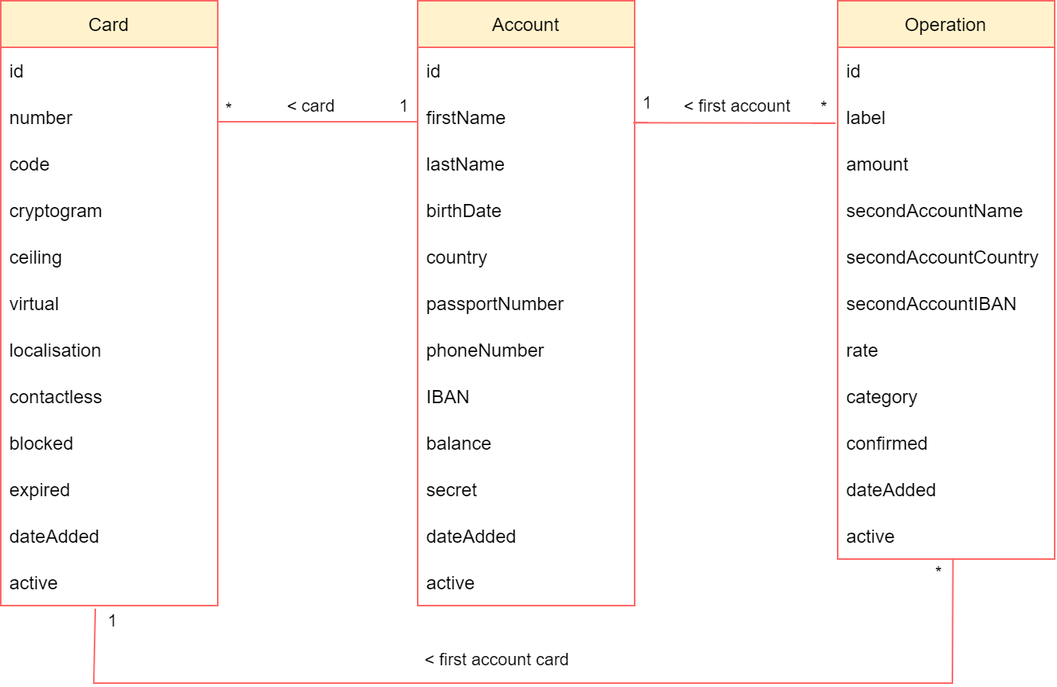
Above: doc/class_diagram.png in jc-chevrier/DBankAPI (draw.io), before the change. Source tidied: cells renumbered, new cells last; positions are measured from the earlier drawing's top-left corner, leaving out a move shared by most shapes. Source of this version:
```xml
<mxGraphModel>
  <root>
    <mxCell id="0" />
    <mxCell id="1" parent="0" />
    <mxCell id="2" value="Account" style="swimlane;fontStyle=0;horizontal=1;startSize=30;strokeColor=#FF6666;fillColor=#fff2cc;fontColor=#000000;labelBackgroundColor=none;" parent="1" vertex="1">
      <mxGeometry x="528" width="140" height="390" as="geometry" />
    </mxCell>
    <mxCell id="3" value="id" style="text;strokeColor=none;fillColor=none;align=left;verticalAlign=middle;spacingLeft=4;spacingRight=4;overflow=hidden;fontColor=#000000;labelBackgroundColor=none;" parent="2" vertex="1">
      <mxGeometry y="30" width="140" height="30" as="geometry" />
    </mxCell>
    <mxCell id="4" value="firstName" style="text;strokeColor=none;fillColor=none;align=left;verticalAlign=middle;spacingLeft=4;spacingRight=4;overflow=hidden;fontColor=#000000;labelBackgroundColor=none;" parent="2" vertex="1">
      <mxGeometry y="60" width="140" height="30" as="geometry" />
    </mxCell>
    <mxCell id="5" value="lastName" style="text;strokeColor=none;fillColor=none;align=left;verticalAlign=middle;spacingLeft=4;spacingRight=4;overflow=hidden;fontColor=#000000;labelBackgroundColor=none;" parent="2" vertex="1">
      <mxGeometry y="90" width="140" height="30" as="geometry" />
    </mxCell>
    <mxCell id="6" value="birthDate" style="text;strokeColor=none;fillColor=none;align=left;verticalAlign=middle;spacingLeft=4;spacingRight=4;overflow=hidden;fontColor=#000000;labelBackgroundColor=none;" parent="2" vertex="1">
      <mxGeometry y="120" width="140" height="30" as="geometry" />
    </mxCell>
    <mxCell id="7" value="country" style="text;align=left;verticalAlign=middle;spacingLeft=4;spacingRight=4;overflow=hidden;fillColor=none;fontColor=#000000;labelBackgroundColor=none;" parent="2" vertex="1">
      <mxGeometry y="150" width="140" height="30" as="geometry" />
    </mxCell>
    <mxCell id="8" value="passportNumber" style="text;strokeColor=none;fillColor=none;align=left;verticalAlign=middle;spacingLeft=4;spacingRight=4;overflow=hidden;fontColor=#000000;labelBackgroundColor=none;" parent="2" vertex="1">
      <mxGeometry y="180" width="140" height="30" as="geometry" />
    </mxCell>
    <mxCell id="9" value="phoneNumber" style="text;strokeColor=none;fillColor=none;align=left;verticalAlign=middle;spacingLeft=4;spacingRight=4;overflow=hidden;fontColor=#000000;labelBackgroundColor=none;" parent="2" vertex="1">
      <mxGeometry y="210" width="140" height="30" as="geometry" />
    </mxCell>
    <mxCell id="10" value="IBAN" style="text;strokeColor=none;fillColor=none;align=left;verticalAlign=middle;spacingLeft=4;spacingRight=4;overflow=hidden;fontColor=#000000;labelBackgroundColor=none;" parent="2" vertex="1">
      <mxGeometry y="240" width="140" height="30" as="geometry" />
    </mxCell>
    <mxCell id="11" value="balance" style="text;align=left;verticalAlign=middle;spacingLeft=4;spacingRight=4;overflow=hidden;fillColor=none;fontColor=#000000;labelBackgroundColor=none;" parent="2" vertex="1">
      <mxGeometry y="270" width="140" height="30" as="geometry" />
    </mxCell>
    <mxCell id="12" value="secret" style="text;align=left;verticalAlign=middle;spacingLeft=4;spacingRight=4;overflow=hidden;fillColor=none;fontColor=#000000;labelBackgroundColor=none;" parent="2" vertex="1">
      <mxGeometry y="300" width="140" height="30" as="geometry" />
    </mxCell>
    <mxCell id="13" value="dateAdded" style="text;align=left;verticalAlign=middle;spacingLeft=4;spacingRight=4;overflow=hidden;fillColor=none;fontColor=#000000;labelBackgroundColor=none;" parent="2" vertex="1">
      <mxGeometry y="330" width="140" height="30" as="geometry" />
    </mxCell>
    <mxCell id="14" value="active" style="text;align=left;verticalAlign=middle;spacingLeft=4;spacingRight=4;overflow=hidden;fillColor=none;fontColor=#000000;labelBackgroundColor=none;" parent="2" vertex="1">
      <mxGeometry y="360" width="140" height="30" as="geometry" />
    </mxCell>
    <mxCell id="15" value="Operation" style="swimlane;fontStyle=0;horizontal=1;startSize=30;strokeColor=#FF6666;fillColor=#fff2cc;fontColor=#000000;labelBackgroundColor=none;" parent="1" vertex="1">
      <mxGeometry x="799" width="140" height="360" as="geometry" />
    </mxCell>
    <mxCell id="16" value="id" style="text;strokeColor=none;fillColor=none;align=left;verticalAlign=middle;spacingLeft=4;spacingRight=4;overflow=hidden;labelBackgroundColor=none;fontColor=#000000;" parent="15" vertex="1">
      <mxGeometry y="30" width="140" height="30" as="geometry" />
    </mxCell>
    <mxCell id="17" value="label" style="text;strokeColor=none;fillColor=none;align=left;verticalAlign=middle;spacingLeft=4;spacingRight=4;overflow=hidden;labelBackgroundColor=none;fontColor=#000000;" parent="15" vertex="1">
      <mxGeometry y="60" width="140" height="30" as="geometry" />
    </mxCell>
    <mxCell id="18" value="amount" style="text;strokeColor=none;fillColor=none;align=left;verticalAlign=middle;spacingLeft=4;spacingRight=4;overflow=hidden;labelBackgroundColor=none;fontColor=#000000;" parent="15" vertex="1">
      <mxGeometry y="90" width="140" height="30" as="geometry" />
    </mxCell>
    <mxCell id="19" value="secondAccountName" style="text;align=left;verticalAlign=middle;spacingLeft=4;spacingRight=4;overflow=hidden;labelBackgroundColor=none;fontColor=#000000;" parent="15" vertex="1">
      <mxGeometry y="120" width="140" height="30" as="geometry" />
    </mxCell>
    <mxCell id="20" value="secondAccountCountry" style="text;align=left;verticalAlign=middle;spacingLeft=4;spacingRight=4;overflow=hidden;labelBackgroundColor=none;fontColor=#000000;" parent="15" vertex="1">
      <mxGeometry y="150" width="140" height="30" as="geometry" />
    </mxCell>
    <mxCell id="21" value="secondAccountIBAN" style="text;align=left;verticalAlign=middle;spacingLeft=4;spacingRight=4;overflow=hidden;labelBackgroundColor=none;fontColor=#000000;" parent="15" vertex="1">
      <mxGeometry y="180" width="140" height="30" as="geometry" />
    </mxCell>
    <mxCell id="22" value="rate" style="text;strokeColor=none;fillColor=none;align=left;verticalAlign=middle;spacingLeft=4;spacingRight=4;overflow=hidden;labelBackgroundColor=none;fontColor=#000000;" parent="15" vertex="1">
      <mxGeometry y="210" width="140" height="30" as="geometry" />
    </mxCell>
    <mxCell id="23" value="category" style="text;strokeColor=none;fillColor=none;align=left;verticalAlign=middle;spacingLeft=4;spacingRight=4;overflow=hidden;labelBackgroundColor=none;fontColor=#000000;" parent="15" vertex="1">
      <mxGeometry y="240" width="140" height="30" as="geometry" />
    </mxCell>
    <mxCell id="24" value="confirmed" style="text;strokeColor=none;fillColor=none;align=left;verticalAlign=middle;spacingLeft=4;spacingRight=4;overflow=hidden;labelBackgroundColor=none;fontColor=#000000;" parent="15" vertex="1">
      <mxGeometry y="270" width="140" height="30" as="geometry" />
    </mxCell>
    <mxCell id="25" value="dateAdded" style="text;strokeColor=none;fillColor=none;align=left;verticalAlign=middle;spacingLeft=4;spacingRight=4;overflow=hidden;labelBackgroundColor=none;fontColor=#000000;" parent="15" vertex="1">
      <mxGeometry y="300" width="140" height="30" as="geometry" />
    </mxCell>
    <mxCell id="26" value="active" style="text;align=left;verticalAlign=middle;spacingLeft=4;spacingRight=4;overflow=hidden;points=[[0,0.5],[1,0.5]];portConstraint=eastwest;labelBackgroundColor=none;fontColor=#000000;" parent="15" vertex="1">
      <mxGeometry y="330" width="140" height="30" as="geometry" />
    </mxCell>
    <mxCell id="27" style="endArrow=none;html=1;rounded=0;curved=1;entryX=-0.003;entryY=0.663;entryDx=0;entryDy=0;entryPerimeter=0;exitX=0.994;exitY=0.322;exitDx=0;exitDy=0;exitPerimeter=0;strokeColor=#FF6666;fontColor=#000000;labelBackgroundColor=none;" parent="1" edge="1">
      <mxGeometry relative="1" as="geometry">
        <mxPoint x="667.2" y="78.7" as="sourcePoint" />
        <mxPoint x="797.6" y="78.9" as="targetPoint" />
      </mxGeometry>
    </mxCell>
    <mxCell id="28" value="&amp;lt; first account card" style="edgeLabel;html=1;align=center;verticalAlign=middle;fontColor=#000000;labelBackgroundColor=none;" parent="27" vertex="1">
      <mxGeometry x="-0.33" y="-1" relative="1" as="geometry">
        <mxPoint x="-132" y="345" as="offset" />
      </mxGeometry>
    </mxCell>
    <mxCell id="29" value="1" style="edgeLabel;html=1;align=center;verticalAlign=middle;labelBackgroundColor=none;fontColor=#000000;" parent="27" vertex="1">
      <mxGeometry x="-0.87" relative="1" as="geometry">
        <mxPoint x="1" y="-13" as="offset" />
      </mxGeometry>
    </mxCell>
    <mxCell id="30" value="*" style="edgeLabel;html=1;align=center;verticalAlign=middle;labelBackgroundColor=none;fontColor=#000000;" parent="27" vertex="1">
      <mxGeometry x="0.88" y="1" relative="1" as="geometry">
        <mxPoint y="-9" as="offset" />
      </mxGeometry>
    </mxCell>
    <mxCell id="31" value="Card" style="swimlane;fontStyle=0;horizontal=1;startSize=30;strokeColor=#FF6666;fillColor=#fff2cc;fontColor=#000000;labelBackgroundColor=none;" parent="1" vertex="1">
      <mxGeometry x="259" width="140" height="390" as="geometry" />
    </mxCell>
    <mxCell id="32" value="id" style="text;strokeColor=none;fillColor=none;align=left;verticalAlign=middle;spacingLeft=4;spacingRight=4;overflow=hidden;fontColor=#000000;labelBackgroundColor=none;" parent="31" vertex="1">
      <mxGeometry y="30" width="140" height="30" as="geometry" />
    </mxCell>
    <mxCell id="33" value="number" style="text;strokeColor=none;fillColor=none;align=left;verticalAlign=middle;spacingLeft=4;spacingRight=4;overflow=hidden;fontColor=#000000;labelBackgroundColor=none;" parent="31" vertex="1">
      <mxGeometry y="60" width="140" height="30" as="geometry" />
    </mxCell>
    <mxCell id="34" value="code" style="text;strokeColor=none;fillColor=none;align=left;verticalAlign=middle;spacingLeft=4;spacingRight=4;overflow=hidden;fontColor=#000000;labelBackgroundColor=none;" parent="31" vertex="1">
      <mxGeometry y="90" width="140" height="30" as="geometry" />
    </mxCell>
    <mxCell id="35" value="cryptogram" style="text;strokeColor=none;fillColor=none;align=left;verticalAlign=middle;spacingLeft=4;spacingRight=4;overflow=hidden;fontColor=#000000;labelBackgroundColor=none;" parent="31" vertex="1">
      <mxGeometry y="120" width="140" height="30" as="geometry" />
    </mxCell>
    <mxCell id="36" value="ceiling" style="text;strokeColor=none;fillColor=none;align=left;verticalAlign=middle;spacingLeft=4;spacingRight=4;overflow=hidden;fontColor=#000000;labelBackgroundColor=none;" parent="31" vertex="1">
      <mxGeometry y="150" width="140" height="30" as="geometry" />
    </mxCell>
    <mxCell id="37" value="virtual" style="text;align=left;verticalAlign=middle;spacingLeft=4;spacingRight=4;overflow=hidden;fontColor=#000000;labelBackgroundColor=none;" parent="31" vertex="1">
      <mxGeometry y="180" width="140" height="30" as="geometry" />
    </mxCell>
    <mxCell id="38" value="localisation" style="text;strokeColor=none;fillColor=none;align=left;verticalAlign=middle;spacingLeft=4;spacingRight=4;overflow=hidden;fontColor=#000000;labelBackgroundColor=none;" parent="31" vertex="1">
      <mxGeometry y="210" width="140" height="30" as="geometry" />
    </mxCell>
    <mxCell id="39" value="contactless" style="text;strokeColor=none;fillColor=none;align=left;verticalAlign=middle;spacingLeft=4;spacingRight=4;overflow=hidden;fontColor=#000000;labelBackgroundColor=none;" parent="31" vertex="1">
      <mxGeometry y="240" width="140" height="30" as="geometry" />
    </mxCell>
    <mxCell id="40" value="blocked" style="text;strokeColor=none;fillColor=none;align=left;verticalAlign=middle;spacingLeft=4;spacingRight=4;overflow=hidden;fontColor=#000000;labelBackgroundColor=none;" parent="31" vertex="1">
      <mxGeometry y="270" width="140" height="30" as="geometry" />
    </mxCell>
    <mxCell id="41" value="expired" style="text;strokeColor=none;fillColor=none;align=left;verticalAlign=middle;spacingLeft=4;spacingRight=4;overflow=hidden;fontColor=#000000;labelBackgroundColor=none;" parent="31" vertex="1">
      <mxGeometry y="300" width="140" height="30" as="geometry" />
    </mxCell>
    <mxCell id="42" value="dateAdded" style="text;align=left;verticalAlign=middle;spacingLeft=4;spacingRight=4;overflow=hidden;fontColor=#000000;labelBackgroundColor=none;" parent="31" vertex="1">
      <mxGeometry y="330" width="140" height="30" as="geometry" />
    </mxCell>
    <mxCell id="43" value="active" style="text;align=left;verticalAlign=middle;spacingLeft=4;spacingRight=4;overflow=hidden;points=[[0,0.5],[1,0.5]];portConstraint=eastwest;fontColor=#000000;labelBackgroundColor=none;" parent="31" vertex="1">
      <mxGeometry y="360" width="140" height="30" as="geometry" />
    </mxCell>
    <mxCell id="44" value="&amp;lt; card" style="endArrow=none;html=1;rounded=0;entryX=0;entryY=0.5;entryDx=0;entryDy=0;curved=1;exitX=1;exitY=0.5;exitDx=0;exitDy=0;strokeColor=#FF6666;fontColor=#000000;labelBackgroundColor=none;" parent="1" edge="1">
      <mxGeometry x="-0.07" y="10" relative="1" as="geometry">
        <mxPoint x="399" y="78" as="sourcePoint" />
        <mxPoint x="528" y="78" as="targetPoint" />
      </mxGeometry>
    </mxCell>
    <mxCell id="45" value="*" style="edgeLabel;html=1;align=center;verticalAlign=middle;fontColor=#000000;labelBackgroundColor=none;" parent="44" vertex="1">
      <mxGeometry x="-0.82" relative="1" as="geometry">
        <mxPoint x="-5" y="-9" as="offset" />
      </mxGeometry>
    </mxCell>
    <mxCell id="46" value="1" style="edgeLabel;html=1;align=center;verticalAlign=middle;labelBackgroundColor=none;fontColor=#000000;" parent="44" vertex="1">
      <mxGeometry x="0.74" relative="1" as="geometry">
        <mxPoint x="7" y="-11" as="offset" />
      </mxGeometry>
    </mxCell>
    <mxCell id="47" style="endArrow=none;html=1;rounded=0;entryX=0.531;entryY=0.978;entryDx=0;entryDy=0;entryPerimeter=0;exitX=0.436;exitY=1.067;exitDx=0;exitDy=0;exitPerimeter=0;strokeColor=#FF6666;fontColor=#000000;labelBackgroundColor=none;" parent="1" edge="1" source="43" target="26">
      <mxGeometry relative="1" as="geometry">
        <Array as="points">
          <mxPoint x="319" y="440" />
          <mxPoint x="873" y="440" />
        </Array>
      </mxGeometry>
    </mxCell>
    <mxCell id="48" value="&amp;lt; first account" style="edgeLabel;html=1;align=center;verticalAlign=middle;fontColor=#000000;labelBackgroundColor=none;" parent="1" vertex="1">
      <mxGeometry x="733" y="67" as="geometry" />
    </mxCell>
    <mxCell id="49" value="&lt;font&gt;1&lt;/font&gt;" style="edgeLabel;html=1;align=center;verticalAlign=middle;labelBackgroundColor=none;fontColor=#000000;" parent="1" vertex="1">
      <mxGeometry y="100" as="geometry">
        <mxPoint x="330" y="299" as="offset" />
      </mxGeometry>
    </mxCell>
    <mxCell id="50" value="*" style="edgeLabel;html=1;align=center;verticalAlign=middle;fontColor=#000000;labelBackgroundColor=none;" parent="1" vertex="1">
      <mxGeometry x="387" y="71" as="geometry">
        <mxPoint x="476" y="297" as="offset" />
      </mxGeometry>
    </mxCell>
  </root>
</mxGraphModel>
```
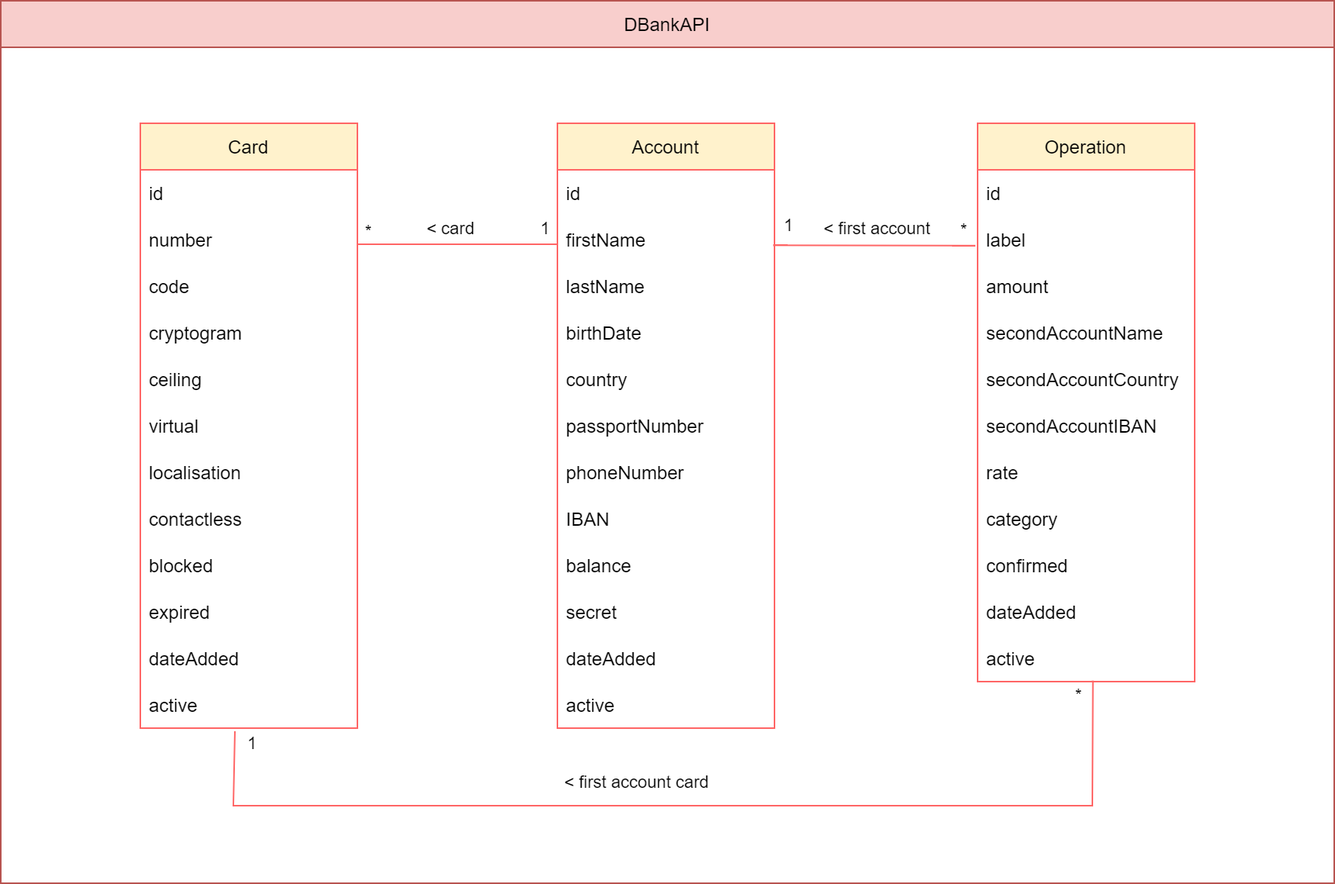
After the commit.

Commit message:
Evolution du rapport.

What changed in the source:
```diff
@@ -174,5 +174,8 @@
         <mxPoint x="476" y="297" as="offset" />
       </mxGeometry>
     </mxCell>
+    <mxCell id="51" value="DBankAPI" style="swimlane;fontStyle=0;horizontal=1;startSize=30;labelBackgroundColor=none;strokeColor=#b85450;fillColor=#f8cecc;" parent="1" vertex="1">
+      <mxGeometry x="169" y="-79" width="860" height="569" as="geometry" />
+    </mxCell>
   </root>
 </mxGraphModel>
```
